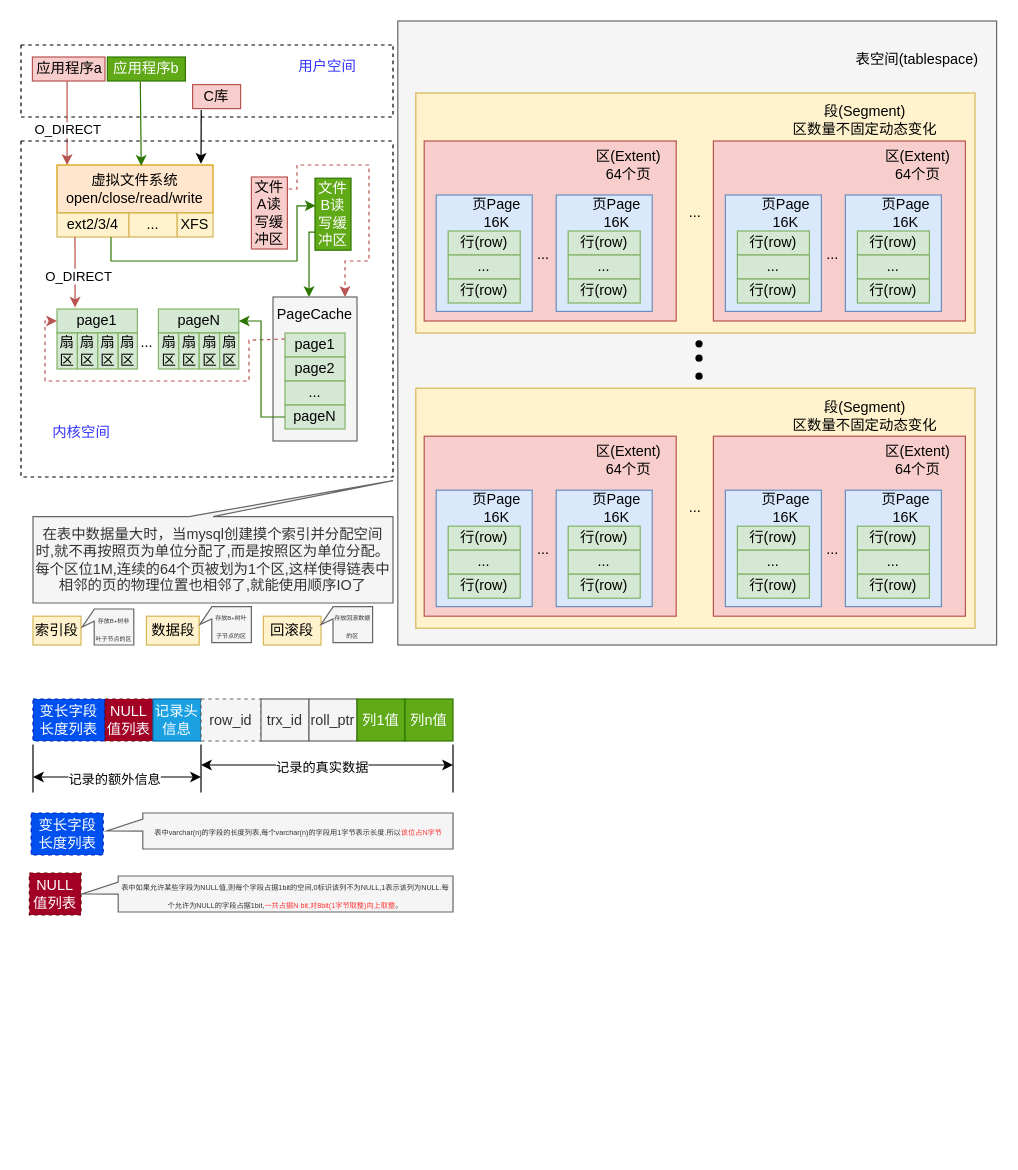
The draw.io diagram page "文件系统" (1 of 3) of 文件系统.drawio in liushan86/learnnode, before the edit. Source tidied: cells renumbered, new cells numbered last; positions are measured from the earlier drawing's top-left corner, leaving out a move shared by most shapes. Both pictures are drawn from the tidied source at 120%, with x=0, y=0 at pixel (20, 20).
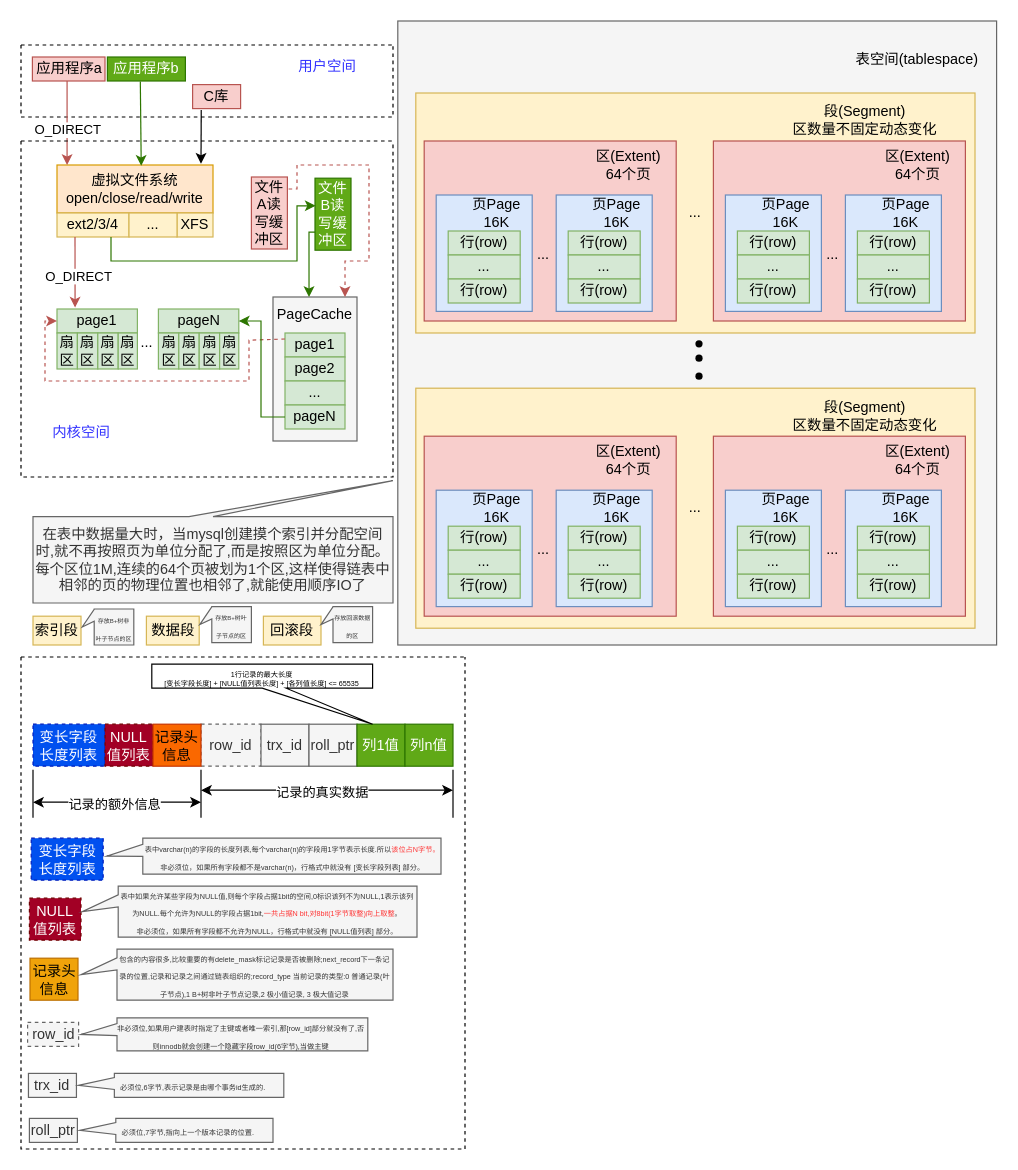
The same diagram, later.

Commit message:
更新文件系统.drawio

Diff of the diagram source:
```diff
@@
     <mxCell id="111" value="变长字段长度列表" style="rounded=0;whiteSpace=wrap;html=1;fillColor=#0050ef;fontColor=#ffffff;strokeColor=#001DBC;dashed=1;" parent="1" vertex="1">
-      <mxGeometry x="10" y="565" width="60" height="35" as="geometry" />
+      <mxGeometry x="10" y="586" width="60" height="35" as="geometry" />
     </mxCell>
     <mxCell id="112" value="NULL值列表" style="rounded=0;whiteSpace=wrap;html=1;fillColor=#a20025;fontColor=#ffffff;strokeColor=#6F0000;dashed=1;" parent="1" vertex="1">
-      <mxGeometry x="70" y="565" width="40" height="35" as="geometry" />
+      <mxGeometry x="70" y="586" width="40" height="35" as="geometry" />
     </mxCell>
-    <mxCell id="113" value="记录头信息" style="rounded=0;whiteSpace=wrap;html=1;fillColor=#1ba1e2;fontColor=#ffffff;strokeColor=#006EAF;" parent="1" vertex="1">
-      <mxGeometry x="110" y="565" width="40" height="35" as="geometry" />
+    <mxCell id="113" value="记录头信息" style="rounded=0;whiteSpace=wrap;html=1;fillColor=#f0a30a;fontColor=#000000;strokeColor=#BD7000;" parent="1" vertex="1">
+      <mxGeometry x="7.5" y="781" width="40" height="35" as="geometry" />
     </mxCell>
     <mxCell id="114" value="row_id" style="rounded=0;whiteSpace=wrap;html=1;fillColor=#f5f5f5;fontColor=#333333;strokeColor=#666666;dashed=1;" parent="1" vertex="1">
-      <mxGeometry x="150" y="565" width="50" height="35" as="geometry" />
+      <mxGeometry x="150" y="586" width="50" height="35" as="geometry" />
     </mxCell>
     <mxCell id="115" value="trx_id" style="rounded=0;whiteSpace=wrap;html=1;fillColor=#f5f5f5;fontColor=#333333;strokeColor=#666666;" parent="1" vertex="1">
-      <mxGeometry x="200" y="565" width="40" height="35" as="geometry" />
+      <mxGeometry x="200" y="586" width="40" height="35" as="geometry" />
     </mxCell>
     <mxCell id="116" value="roll_ptr" style="rounded=0;whiteSpace=wrap;html=1;fillColor=#f5f5f5;fontColor=#333333;strokeColor=#666666;" parent="1" vertex="1">
-      <mxGeometry x="240" y="565" width="40" height="35" as="geometry" />
+      <mxGeometry x="240" y="586" width="40" height="35" as="geometry" />
     </mxCell>
     <mxCell id="117" value="列1值" style="rounded=0;whiteSpace=wrap;html=1;fillColor=#60a917;fontColor=#ffffff;strokeColor=#2D7600;" parent="1" vertex="1">
-      <mxGeometry x="280" y="565" width="40" height="35" as="geometry" />
+      <mxGeometry x="280" y="586" width="40" height="35" as="geometry" />
     </mxCell>
     <mxCell id="118" value="列n值" style="rounded=0;whiteSpace=wrap;html=1;fillColor=#60a917;fontColor=#ffffff;strokeColor=#2D7600;" parent="1" vertex="1">
-      <mxGeometry x="320" y="565" width="40" height="35" as="geometry" />
+      <mxGeometry x="320" y="586" width="40" height="35" as="geometry" />
     </mxCell>
     <mxCell id="119" style="endArrow=none;html=1;rounded=0;" parent="1" edge="1">
       <mxGeometry relative="1" as="geometry">
-        <mxPoint x="10" y="643" as="sourcePoint" />
-        <mxPoint x="10" y="603" as="targetPoint" />
+        <mxPoint x="10" y="664" as="sourcePoint" />
+        <mxPoint x="10" y="624" as="targetPoint" />
       </mxGeometry>
     </mxCell>
     <mxCell id="120" style="endArrow=none;html=1;rounded=0;" parent="1" edge="1">
       <mxGeometry relative="1" as="geometry">
-        <mxPoint x="150" y="643" as="sourcePoint" />
-        <mxPoint x="150" y="603" as="targetPoint" />
+        <mxPoint x="150" y="664" as="sourcePoint" />
+        <mxPoint x="150" y="624" as="targetPoint" />
       </mxGeometry>
     </mxCell>
     <mxCell id="121" style="endArrow=classic;startArrow=classic;html=1;rounded=0;" parent="1" edge="1">
       <mxGeometry relative="1" as="geometry">
-        <mxPoint x="10" y="630" as="sourcePoint" />
-        <mxPoint x="150" y="630" as="targetPoint" />
+        <mxPoint x="10" y="651" as="sourcePoint" />
+        <mxPoint x="150" y="651" as="targetPoint" />
       </mxGeometry>
     </mxCell>
@@
     <mxCell id="123" style="endArrow=none;html=1;rounded=0;" parent="1" edge="1">
       <mxGeometry relative="1" as="geometry">
-        <mxPoint x="360" y="643" as="sourcePoint" />
-        <mxPoint x="360" y="603" as="targetPoint" />
+        <mxPoint x="360" y="664" as="sourcePoint" />
+        <mxPoint x="360" y="624" as="targetPoint" />
       </mxGeometry>
     </mxCell>
     <mxCell id="124" style="endArrow=classic;startArrow=classic;html=1;rounded=0;" parent="1" edge="1">
       <mxGeometry relative="1" as="geometry">
-        <mxPoint x="150" y="620" as="sourcePoint" />
-        <mxPoint x="360" y="620" as="targetPoint" />
+        <mxPoint x="150" y="641" as="sourcePoint" />
+        <mxPoint x="360" y="641" as="targetPoint" />
       </mxGeometry>
     </mxCell>
@@
     <mxCell id="126" value="变长字段长度列表" style="rounded=0;whiteSpace=wrap;html=1;fillColor=#0050ef;fontColor=#ffffff;strokeColor=#001DBC;dashed=1;" parent="1" vertex="1">
-      <mxGeometry x="8.5" y="660" width="60" height="35" as="geometry" />
+      <mxGeometry x="8.5" y="681" width="60" height="35" as="geometry" />
     </mxCell>
     <mxCell id="127" value="NULL值列表" style="rounded=0;whiteSpace=wrap;html=1;fillColor=#a20025;fontColor=#ffffff;strokeColor=#6F0000;dashed=1;" parent="1" vertex="1">
-      <mxGeometry x="7" y="710" width="43" height="35" as="geometry" />
+      <mxGeometry x="7" y="731" width="43" height="35" as="geometry" />
     </mxCell>
-    <mxCell id="128" value="&lt;font style=&quot;font-size: 6px;&quot;&gt;表中varchar(n)的字段的长度列表,每个varchar(n)的字段用1字节表示长度.所以&lt;font color=&quot;#ff3333&quot;&gt;该位占N字节&lt;/font&gt;&lt;/font&gt;" style="shape=callout;whiteSpace=wrap;html=1;perimeter=calloutPerimeter;direction=south;size=30;position=0.17;base=10;fillColor=#f5f5f5;fontColor=#333333;strokeColor=#666666;" parent="1" vertex="1">
-      <mxGeometry x="71.5" y="660" width="288.5" height="30" as="geometry" />
+    <mxCell id="128" value="&lt;div&gt;&lt;font style=&quot;font-size: 6px;&quot;&gt;表中varchar(n)的字段的长度列表,每个varchar(n)的字段用1字节表示长度.所以&lt;font color=&quot;#ff3333&quot;&gt;该位占N字节。&lt;/font&gt;&lt;/font&gt;&lt;font style=&quot;font-size: 6px;&quot;&gt;&lt;br&gt;&lt;/font&gt;&lt;/div&gt;&lt;div&gt;&lt;font style=&quot;font-size: 6px;&quot;&gt;非必须位，如果所有字段都不是varchar(n)，行格式中就没有 [变长字段列表] 部分。&lt;br&gt;&lt;/font&gt;&lt;/div&gt;" style="shape=callout;whiteSpace=wrap;html=1;perimeter=calloutPerimeter;direction=south;size=30;position=0.17;base=10;fillColor=#f5f5f5;fontColor=#333333;strokeColor=#666666;" parent="1" vertex="1">
+      <mxGeometry x="71.5" y="681" width="278.5" height="30" as="geometry" />
     </mxCell>
-    <mxCell id="129" value="&lt;font style=&quot;font-size: 6px;&quot;&gt;表中如果允许某些字段为NULL值,则每个字段占据1bit的空间,0标识该列不为NULL,1表示该列为NULL.每个允许为NULL的字段占据1bit,&lt;font color=&quot;#ff3333&quot;&gt;一共占据N bit,对8bit(1字节取整)向上取整&lt;/font&gt;。&lt;br&gt;&lt;/font&gt;" style="shape=callout;whiteSpace=wrap;html=1;perimeter=calloutPerimeter;direction=south;size=30;position=0.17;base=10;fillColor=#f5f5f5;fontColor=#333333;strokeColor=#666666;" parent="1" vertex="1">
-      <mxGeometry x="51" y="712.5" width="309" height="30" as="geometry" />
+    <mxCell id="129" value="&lt;div&gt;&lt;font style=&quot;font-size: 6px;&quot;&gt;表中如果允许某些字段为NULL值,则每个字段占据1bit的空间,0标识该列不为NULL,1表示该列为NULL.每个允许为NULL的字段占据1bit,&lt;font color=&quot;#ff3333&quot;&gt;一共占据N bit,对8bit(1字节取整)向上取整&lt;/font&gt;。&lt;/font&gt;&lt;/div&gt;&lt;font style=&quot;font-size: 6px;&quot;&gt;非必须位，如果所有字段都不允许为NULL，行格式中就没有 [NULL值列表] 部分。&lt;/font&gt;" style="shape=callout;whiteSpace=wrap;html=1;perimeter=calloutPerimeter;direction=south;size=30;position=0.17;base=10;fillColor=#f5f5f5;fontColor=#333333;strokeColor=#666666;" parent="1" vertex="1">
+      <mxGeometry x="51" y="721" width="279" height="42.5" as="geometry" />
     </mxCell>
+    <mxCell id="130" value="&lt;div&gt;&lt;font style=&quot;font-size: 6px;&quot;&gt;包含的内容很多,比较重要的有delete_mask标记记录是否被删除;next_record下一条记录的位置,记录和记录之间通过链表组织的;record_type 当前记录的类型:0 普通记录(叶子节点),1 B+树非叶子节点记录,2 极小值记录, 3 极大值记录&lt;br&gt;&lt;/font&gt;&lt;/div&gt;" style="shape=callout;whiteSpace=wrap;html=1;perimeter=calloutPerimeter;direction=south;size=30;position=0.17;base=10;fillColor=#f5f5f5;fontColor=#333333;strokeColor=#666666;" parent="1" vertex="1">
+      <mxGeometry x="50" y="773.5" width="260" height="42.5" as="geometry" />
+    </mxCell>
+    <mxCell id="131" value="记录头信息" style="rounded=0;whiteSpace=wrap;html=1;fillColor=#fa6800;fontColor=#000000;strokeColor=#C73500;" parent="1" vertex="1">
+      <mxGeometry x="110" y="586" width="40" height="35" as="geometry" />
+    </mxCell>
+    <mxCell id="132" value="row_id" style="rounded=0;whiteSpace=wrap;html=1;fillColor=#f5f5f5;fontColor=#333333;strokeColor=#666666;dashed=1;" parent="1" vertex="1">
+      <mxGeometry x="5.5" y="834.5" width="42.5" height="20" as="geometry" />
+    </mxCell>
+    <mxCell id="133" value="&lt;div&gt;&lt;font style=&quot;font-size: 6px;&quot;&gt;非必须位,如果用户建表时指定了主键或者唯一索引,那[row_id]部分就没有了,否则innodb就会创建一个隐藏字段row_id(6字节),当做主键&lt;br&gt;&lt;/font&gt;&lt;/div&gt;" style="shape=callout;whiteSpace=wrap;html=1;perimeter=calloutPerimeter;direction=south;size=30;position=0.17;base=10;fillColor=#f5f5f5;fontColor=#333333;strokeColor=#666666;" parent="1" vertex="1">
+      <mxGeometry x="50" y="830.8" width="239" height="27.5" as="geometry" />
+    </mxCell>
+    <mxCell id="134" value="trx_id" style="rounded=0;whiteSpace=wrap;html=1;fillColor=#f5f5f5;fontColor=#333333;strokeColor=#666666;" parent="1" vertex="1">
+      <mxGeometry x="6.2" y="877" width="40" height="20" as="geometry" />
+    </mxCell>
+    <mxCell id="135" value="&lt;div&gt;&lt;font style=&quot;font-size: 6px;&quot;&gt;必须位,6字节,表示记录是由哪个事务id生成的.&lt;br&gt;&lt;/font&gt;&lt;/div&gt;" style="shape=callout;whiteSpace=wrap;html=1;perimeter=calloutPerimeter;direction=south;size=30;position=0.17;base=10;fillColor=#f5f5f5;fontColor=#333333;strokeColor=#666666;" parent="1" vertex="1">
+      <mxGeometry x="47.8" y="877" width="171.2" height="20" as="geometry" />
+    </mxCell>
+    <mxCell id="136" value="roll_ptr" style="rounded=0;whiteSpace=wrap;html=1;fillColor=#f5f5f5;fontColor=#333333;strokeColor=#666666;" parent="1" vertex="1">
+      <mxGeometry x="7" y="914.5" width="40" height="20" as="geometry" />
+    </mxCell>
+    <mxCell id="137" value="&lt;div&gt;&lt;font style=&quot;font-size: 6px;&quot;&gt;必须位,7字节,指向上一个版本记录的位置.&lt;br&gt;&lt;/font&gt;&lt;/div&gt;" style="shape=callout;whiteSpace=wrap;html=1;perimeter=calloutPerimeter;direction=south;size=30;position=0.17;base=10;fillColor=#f5f5f5;fontColor=#333333;strokeColor=#666666;" parent="1" vertex="1">
+      <mxGeometry x="49" y="914.5" width="161" height="20" as="geometry" />
+    </mxCell>
+    <mxCell id="138" style="swimlane;startSize=0;dashed=1;" parent="1" vertex="1">
+      <mxGeometry y="530" width="370" height="410" as="geometry" />
+    </mxCell>
+    <mxCell id="139" value="&lt;div&gt;&lt;font style=&quot;font-size: 6px;&quot;&gt;1行记录的最大长度&lt;/font&gt;&lt;/div&gt;&lt;div style=&quot;font-size: 6px;&quot;&gt;[变长字段长度] + [NULL值列表长度] + [各列值长度] &amp;lt;= 65535&lt;/div&gt;" style="shape=callout;whiteSpace=wrap;html=1;perimeter=calloutPerimeter;position2=1;" parent="138" vertex="1">
+      <mxGeometry x="109" y="6" width="184" height="50" as="geometry" />
+    </mxCell>
```
